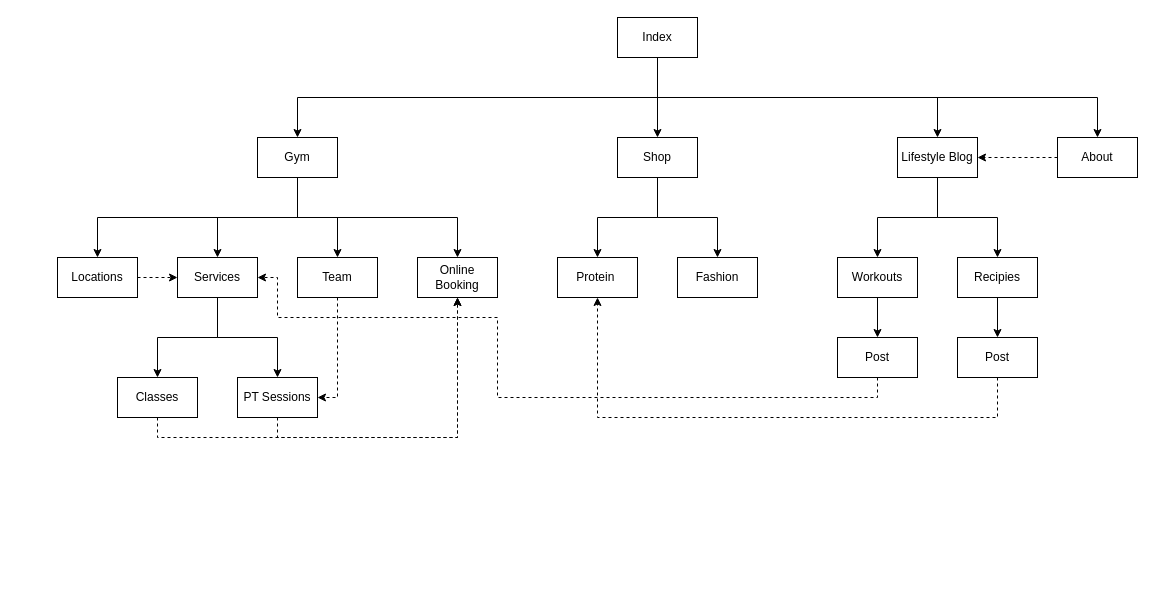
zoepointon/zoepointon.github.io keeps this draw.io diagram as Design Docs/lomax.drawio. Above is the earlier version. Source tidied: cells renumbered, new cells numbered last; positions are measured from the earlier drawing's top-left corner, leaving out a move shared by most shapes. Both pictures are drawn from the tidied source at 100%, with x=0, y=0 at pixel (57, 17).
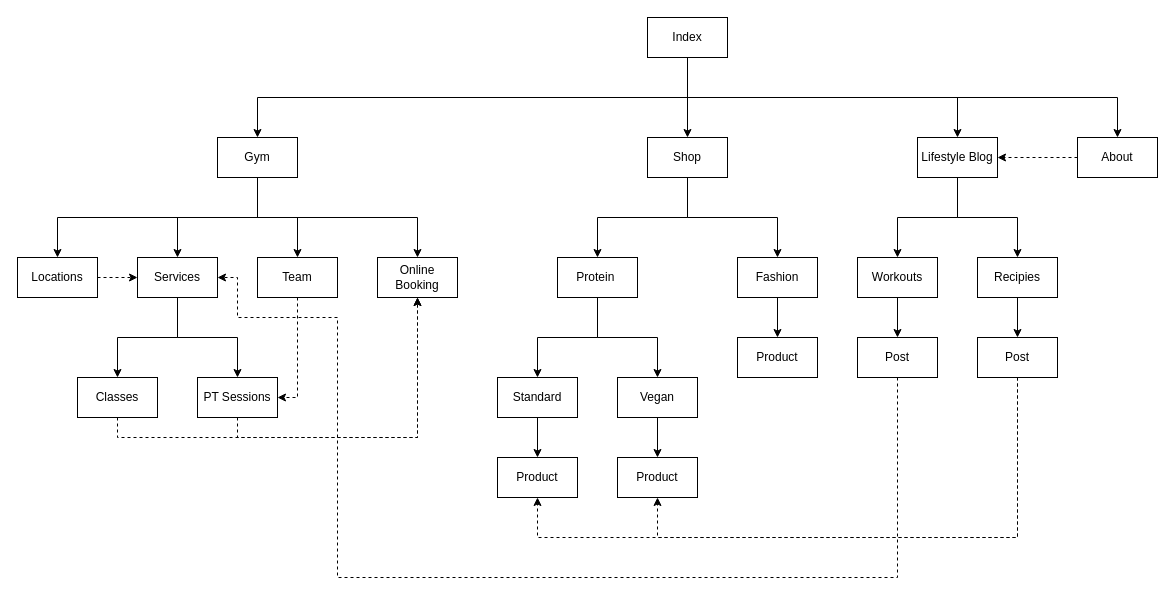
The same page after the edit.

The change refers to these unchanged cells:
```xml
<mxCell id="24" value="Protein&amp;nbsp;" style="rounded=0;whiteSpace=wrap;html=1;fillColor=none;" parent="1" vertex="1">
  <mxGeometry x="500" y="240" width="80" height="40" as="geometry" />
</mxCell>
```

Diff of the diagram source:
```diff
@@
     <mxCell id="2" style="edgeStyle=orthogonalEdgeStyle;rounded=0;jettySize=auto;html=1;" parent="1" edge="1" source="6" target="29">
       <mxGeometry relative="1" as="geometry">
         <Array as="points">
-          <mxPoint x="600" y="80" />
-          <mxPoint x="240" y="80" />
+          <mxPoint x="630" y="80" />
+          <mxPoint x="200" y="80" />
         </Array>
       </mxGeometry>
     </mxCell>
@@
     <mxCell id="4" style="edgeStyle=orthogonalEdgeStyle;rounded=0;jettySize=auto;html=1;" parent="1" edge="1" source="6" target="11">
       <mxGeometry relative="1" as="geometry">
         <Array as="points">
-          <mxPoint x="600" y="80" />
-          <mxPoint x="880" y="80" />
+          <mxPoint x="630" y="80" />
+          <mxPoint x="900" y="80" />
         </Array>
       </mxGeometry>
     </mxCell>
     <mxCell id="5" style="edgeStyle=orthogonalEdgeStyle;rounded=0;jettySize=auto;html=1;" parent="1" edge="1" source="6" target="8">
       <mxGeometry relative="1" as="geometry">
         <Array as="points">
-          <mxPoint x="600" y="80" />
+          <mxPoint x="630" y="80" />
+          <mxPoint x="1060" y="80" />
         </Array>
       </mxGeometry>
     </mxCell>
     <mxCell id="6" value="Index" style="rounded=0;whiteSpace=wrap;html=1;fillColor=none;" parent="1" vertex="1">
-      <mxGeometry x="560" width="80" height="40" as="geometry" />
+      <mxGeometry x="590" width="80" height="40" as="geometry" />
     </mxCell>
@@
     <mxCell id="8" value="About" style="rounded=0;whiteSpace=wrap;html=1;fillColor=none;" parent="1" vertex="1">
-      <mxGeometry x="1000" y="120" width="80" height="40" as="geometry" />
+      <mxGeometry x="1020" y="120" width="80" height="40" as="geometry" />
     </mxCell>
     <mxCell id="9" style="edgeStyle=orthogonalEdgeStyle;rounded=0;jettySize=auto;html=1;" parent="1" edge="1" source="11" target="17">
       <mxGeometry relative="1" as="geometry">
         <Array as="points">
-          <mxPoint x="880" y="200" />
-          <mxPoint x="820" y="200" />
+          <mxPoint x="900" y="200" />
+          <mxPoint x="840" y="200" />
         </Array>
       </mxGeometry>
     </mxCell>
@@
     <mxCell id="11" value="Lifestyle Blog" style="rounded=0;whiteSpace=wrap;html=1;fillColor=none;" parent="1" vertex="1">
-      <mxGeometry x="840" y="120" width="80" height="40" as="geometry" />
+      <mxGeometry x="860" y="120" width="80" height="40" as="geometry" />
     </mxCell>
@@
     <mxCell id="13" value="Recipies" style="rounded=0;whiteSpace=wrap;html=1;fillColor=none;" parent="1" vertex="1">
-      <mxGeometry x="900" y="240" width="80" height="40" as="geometry" />
+      <mxGeometry x="920" y="240" width="80" height="40" as="geometry" />
     </mxCell>
-    <mxCell id="14" style="edgeStyle=orthogonalEdgeStyle;rounded=0;jettySize=auto;html=1;exitX=0.5;exitY=1;exitDx=0;exitDy=0;entryX=0.5;entryY=1;entryDx=0;entryDy=0;dashed=1;" parent="1" edge="1" source="15" target="24">
-      <mxGeometry relative="1" as="geometry">
-        <Array as="points">
-          <mxPoint x="940" y="400" />
-          <mxPoint x="540" y="400" />
-        </Array>
-      </mxGeometry>
-    </mxCell>
+    <mxCell id="42" style="edgeStyle=orthogonalEdgeStyle;rounded=0;jettySize=auto;html=1;exitX=0.5;exitY=1;exitDx=0;exitDy=0;entryX=0.5;entryY=1;entryDx=0;entryDy=0;dashed=1;" parent="1" edge="1" source="15" target="53">
+      <mxGeometry relative="1" as="geometry">
+        <Array as="points">
+          <mxPoint x="960" y="520" />
+          <mxPoint x="480" y="520" />
+        </Array>
+      </mxGeometry>
+    </mxCell>
+    <mxCell id="43" style="edgeStyle=orthogonalEdgeStyle;rounded=0;jettySize=auto;html=1;exitX=0.5;exitY=1;exitDx=0;exitDy=0;entryX=0.5;entryY=1;entryDx=0;entryDy=0;dashed=1;" parent="1" edge="1" source="15" target="50">
+      <mxGeometry relative="1" as="geometry">
+        <Array as="points">
+          <mxPoint x="960" y="520" />
+          <mxPoint x="600" y="520" />
+        </Array>
+      </mxGeometry>
+    </mxCell>
     <mxCell id="15" value="Post" style="rounded=0;whiteSpace=wrap;html=1;fillColor=none;" parent="1" vertex="1">
-      <mxGeometry x="900" y="320" width="80" height="40" as="geometry" />
+      <mxGeometry x="920" y="320" width="80" height="40" as="geometry" />
     </mxCell>
@@
     <mxCell id="17" value="Workouts" style="rounded=0;whiteSpace=wrap;html=1;fillColor=none;" parent="1" vertex="1">
-      <mxGeometry x="780" y="240" width="80" height="40" as="geometry" />
+      <mxGeometry x="800" y="240" width="80" height="40" as="geometry" />
     </mxCell>
     <mxCell id="18" style="edgeStyle=orthogonalEdgeStyle;rounded=0;jettySize=auto;html=1;exitX=0.5;exitY=1;exitDx=0;exitDy=0;entryX=1;entryY=0.5;entryDx=0;entryDy=0;dashed=1;" parent="1" edge="1" source="19" target="35">
       <mxGeometry relative="1" as="geometry">
         <Array as="points">
-          <mxPoint x="820" y="380" />
-          <mxPoint x="440" y="380" />
-          <mxPoint x="440" y="300" />
-          <mxPoint x="220" y="300" />
-          <mxPoint x="220" y="260" />
+          <mxPoint x="840" y="560" />
+          <mxPoint x="280" y="560" />
+          <mxPoint x="280" y="300" />
+          <mxPoint x="180" y="300" />
+          <mxPoint x="180" y="260" />
         </Array>
       </mxGeometry>
     </mxCell>
     <mxCell id="19" value="Post" style="rounded=0;whiteSpace=wrap;html=1;fillColor=none;" parent="1" vertex="1">
-      <mxGeometry x="780" y="320" width="80" height="40" as="geometry" />
+      <mxGeometry x="800" y="320" width="80" height="40" as="geometry" />
     </mxCell>
     <mxCell id="20" style="edgeStyle=orthogonalEdgeStyle;rounded=0;jettySize=auto;html=1;" parent="1" edge="1" source="22" target="24">
-      <mxGeometry relative="1" as="geometry" />
+      <mxGeometry relative="1" as="geometry">
+        <Array as="points">
+          <mxPoint x="630" y="200" />
+          <mxPoint x="540" y="200" />
+        </Array>
+      </mxGeometry>
     </mxCell>
     <mxCell id="21" style="edgeStyle=orthogonalEdgeStyle;rounded=0;jettySize=auto;html=1;" parent="1" edge="1" source="22" target="23">
-      <mxGeometry relative="1" as="geometry" />
+      <mxGeometry relative="1" as="geometry">
+        <Array as="points">
+          <mxPoint x="630" y="200" />
+          <mxPoint x="720" y="200" />
+        </Array>
+      </mxGeometry>
     </mxCell>
     <mxCell id="22" value="Shop" style="rounded=0;whiteSpace=wrap;html=1;fillColor=none;" parent="1" vertex="1">
-      <mxGeometry x="560" y="120" width="80" height="40" as="geometry" />
+      <mxGeometry x="590" y="120" width="80" height="40" as="geometry" />
     </mxCell>
+    <mxCell id="44" style="edgeStyle=orthogonalEdgeStyle;rounded=0;jettySize=auto;html=1;" parent="1" edge="1" source="23" target="45">
+      <mxGeometry relative="1" as="geometry" />
+    </mxCell>
     <mxCell id="23" value="Fashion" style="rounded=0;whiteSpace=wrap;html=1;fillColor=none;" parent="1" vertex="1">
-      <mxGeometry x="620" y="240" width="80" height="40" as="geometry" />
+      <mxGeometry x="680" y="240" width="80" height="40" as="geometry" />
     </mxCell>
+    <mxCell id="45" value="Product" style="rounded=0;whiteSpace=wrap;html=1;fillColor=none;" parent="1" vertex="1">
+      <mxGeometry x="680" y="320" width="80" height="40" as="geometry" />
+    </mxCell>
+    <mxCell id="46" style="edgeStyle=orthogonalEdgeStyle;rounded=0;jettySize=auto;html=1;" parent="1" edge="1" source="24" target="52">
+      <mxGeometry relative="1" as="geometry" />
+    </mxCell>
+    <mxCell id="47" style="edgeStyle=orthogonalEdgeStyle;rounded=0;jettySize=auto;html=1;" parent="1" edge="1" source="24" target="49">
+      <mxGeometry relative="1" as="geometry" />
+    </mxCell>
@@
+    <mxCell id="48" style="edgeStyle=orthogonalEdgeStyle;rounded=0;jettySize=auto;html=1;" parent="1" edge="1" source="49" target="50">
+      <mxGeometry relative="1" as="geometry" />
+    </mxCell>
+    <mxCell id="49" value="Vegan" style="rounded=0;whiteSpace=wrap;html=1;fillColor=none;" parent="1" vertex="1">
+      <mxGeometry x="560" y="360" width="80" height="40" as="geometry" />
+    </mxCell>
+    <mxCell id="50" value="Product" style="rounded=0;whiteSpace=wrap;html=1;fillColor=none;" parent="1" vertex="1">
+      <mxGeometry x="560" y="440" width="80" height="40" as="geometry" />
+    </mxCell>
+    <mxCell id="51" style="edgeStyle=orthogonalEdgeStyle;rounded=0;jettySize=auto;html=1;" parent="1" edge="1" source="52" target="53">
+      <mxGeometry relative="1" as="geometry" />
+    </mxCell>
+    <mxCell id="52" value="Standard" style="rounded=0;whiteSpace=wrap;html=1;fillColor=none;" parent="1" vertex="1">
+      <mxGeometry x="440" y="360" width="80" height="40" as="geometry" />
+    </mxCell>
+    <mxCell id="53" value="Product" style="rounded=0;whiteSpace=wrap;html=1;fillColor=none;" parent="1" vertex="1">
+      <mxGeometry x="440" y="440" width="80" height="40" as="geometry" />
+    </mxCell>
     <mxCell id="25" style="edgeStyle=orthogonalEdgeStyle;rounded=0;jettySize=auto;html=1;" parent="1" edge="1" source="29" target="41">
       <mxGeometry relative="1" as="geometry">
         <Array as="points">
-          <mxPoint x="240" y="200" />
-          <mxPoint x="40" y="200" />
+          <mxPoint x="200" y="200" />
+          <mxPoint y="200" />
         </Array>
       </mxGeometry>
     </mxCell>
@@
     <mxCell id="27" style="edgeStyle=orthogonalEdgeStyle;rounded=0;jettySize=auto;html=1;" parent="1" edge="1" source="29" target="32">
       <mxGeometry relative="1" as="geometry">
         <Array as="points">
+          <mxPoint x="200" y="200" />
           <mxPoint x="240" y="200" />
-          <mxPoint x="280" y="200" />
         </Array>
       </mxGeometry>
     </mxCell>
     <mxCell id="28" style="edgeStyle=orthogonalEdgeStyle;rounded=0;jettySize=auto;html=1;" parent="1" edge="1" source="29" target="30">
       <mxGeometry relative="1" as="geometry">
         <Array as="points">
-          <mxPoint x="240" y="200" />
-          <mxPoint x="400" y="200" />
+          <mxPoint x="200" y="200" />
+          <mxPoint x="360" y="200" />
         </Array>
       </mxGeometry>
     </mxCell>
     <mxCell id="29" value="Gym" style="rounded=0;whiteSpace=wrap;html=1;fillColor=none;" parent="1" vertex="1">
-      <mxGeometry x="200" y="120" width="80" height="40" as="geometry" />
+      <mxGeometry x="160" y="120" width="80" height="40" as="geometry" />
     </mxCell>
     <mxCell id="30" value="Online Booking" style="rounded=0;whiteSpace=wrap;html=1;fillColor=none;" parent="1" vertex="1">
-      <mxGeometry x="360" y="240" width="80" height="40" as="geometry" />
+      <mxGeometry x="320" y="240" width="80" height="40" as="geometry" />
     </mxCell>
@@
     <mxCell id="32" value="Team" style="rounded=0;whiteSpace=wrap;html=1;fillColor=none;" parent="1" vertex="1">
-      <mxGeometry x="240" y="240" width="80" height="40" as="geometry" />
+      <mxGeometry x="200" y="240" width="80" height="40" as="geometry" />
     </mxCell>
     <mxCell id="33" style="edgeStyle=orthogonalEdgeStyle;rounded=0;jettySize=auto;html=1;" parent="1" edge="1" source="35" target="39">
       <mxGeometry relative="1" as="geometry">
         <Array as="points">
-          <mxPoint x="160" y="320" />
-          <mxPoint x="100" y="320" />
+          <mxPoint x="120" y="320" />
+          <mxPoint x="60" y="320" />
         </Array>
       </mxGeometry>
     </mxCell>
@@
     <mxCell id="35" value="Services" style="rounded=0;whiteSpace=wrap;html=1;fillColor=none;" parent="1" vertex="1">
-      <mxGeometry x="120" y="240" width="80" height="40" as="geometry" />
+      <mxGeometry x="80" y="240" width="80" height="40" as="geometry" />
     </mxCell>
@@
     <mxCell id="37" value="PT Sessions" style="rounded=0;whiteSpace=wrap;html=1;fillColor=none;" parent="1" vertex="1">
-      <mxGeometry x="180" y="360" width="80" height="40" as="geometry" />
+      <mxGeometry x="140" y="360" width="80" height="40" as="geometry" />
     </mxCell>
@@
     <mxCell id="39" value="Classes" style="rounded=0;whiteSpace=wrap;html=1;fillColor=none;" parent="1" vertex="1">
-      <mxGeometry x="60" y="360" width="80" height="40" as="geometry" />
+      <mxGeometry x="20" y="360" width="80" height="40" as="geometry" />
     </mxCell>
@@
     <mxCell id="41" value="Locations" style="rounded=0;whiteSpace=wrap;html=1;fillColor=none;" parent="1" vertex="1">
-      <mxGeometry y="240" width="80" height="40" as="geometry" />
+      <mxGeometry x="-40" y="240" width="80" height="40" as="geometry" />
     </mxCell>
```
